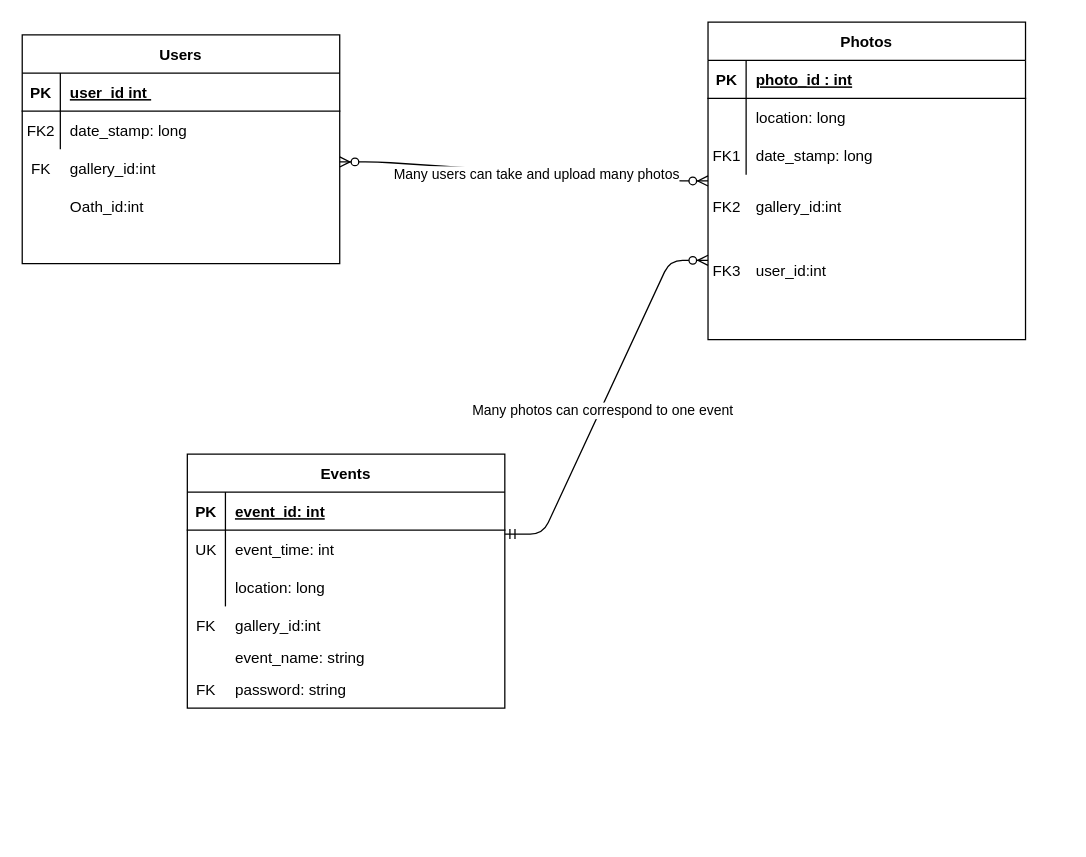
The draw.io diagram docs/work/picmeERD.drawio in picme-gallery/picme-gallery-old.github.io, before the edit. Source tidied: cells renumbered, new cells numbered last; positions are measured from the earlier drawing's top-left corner, leaving out a move shared by most shapes. Both pictures are drawn from the tidied source at 127%, with x=0, y=0 at pixel (22, 22).
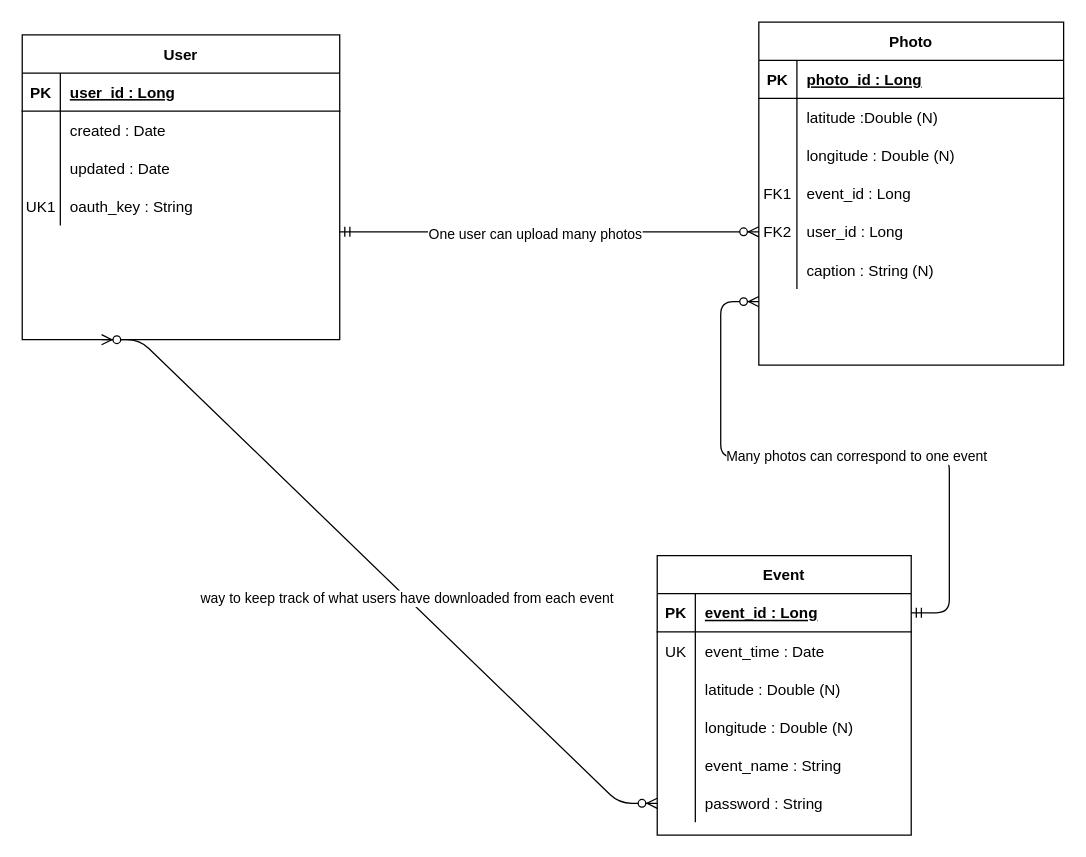
After the change.

Commit message (it also covers changes not shown here):
Updated ERD to most recent

The change refers to these unchanged cells:
```xml
<mxCell id="6" style="group;" parent="1" vertex="1">
  <mxGeometry y="10" width="250" height="180" as="geometry" />
</mxCell>
<mxCell id="8" style="shape=partialRectangle;fillColor=none;top=0;left=0;right=0;bottom=1;" parent="7" vertex="1">
  <mxGeometry y="30" width="250" height="30" as="geometry" />
</mxCell>
<mxCell id="11" style="shape=partialRectangle;fillColor=none;top=0;left=0;right=0;bottom=0;" parent="7" vertex="1">
  <mxGeometry y="60" width="250" height="30" as="geometry" />
</mxCell>
```

Diff of the diagram source:
```diff
@@
-    <mxCell id="2" style="edgeStyle=entityRelationEdgeStyle;fontSize=12;html=1;endArrow=ERzeroToMany;endFill=1;startArrow=ERzeroToMany;entryX=0;entryY=0.5;entryDx=0;entryDy=0;" parent="1" edge="1" target="22">
-      <mxGeometry relative="1" as="geometry">
-        <mxPoint x="250" y="110" as="sourcePoint" />
-      </mxGeometry>
-    </mxCell>
-    <mxCell id="3" value="Many users can take and upload many photos" style="edgeLabel;html=1;align=center;verticalAlign=middle;" parent="2" vertex="1">
-      <mxGeometry x="0.07" y="-1" relative="1" as="geometry" />
-    </mxCell>
-    <mxCell id="4" style="edgeStyle=entityRelationEdgeStyle;fontSize=12;html=1;endArrow=ERzeroToMany;startArrow=ERmandOne;exitX=1;exitY=1.1;exitDx=0;exitDy=0;exitPerimeter=0;entryX=0;entryY=0.75;entryDx=0;entryDy=0;" parent="1" edge="1" source="34" target="22">
-      <mxGeometry relative="1" as="geometry" />
+    <mxCell id="4" style="edgeStyle=entityRelationEdgeStyle;fontSize=12;html=1;endArrow=ERzeroToMany;startArrow=ERmandOne;exitX=1;exitY=0.5;exitDx=0;exitDy=0;" parent="1" edge="1" source="76">
+      <mxGeometry relative="1" as="geometry">
+        <mxPoint x="580" y="220" as="targetPoint" />
+      </mxGeometry>
     </mxCell>
@@
-    <mxCell id="7" value="Users" style="shape=table;startSize=30;childLayout=tableLayout;rowLines=0;fontStyle=1;align=center;" parent="6" vertex="1">
-      <mxGeometry width="250" height="180" as="geometry" />
+    <mxCell id="7" value="User" style="shape=table;startSize=30;childLayout=tableLayout;rowLines=0;fontStyle=1;align=center;" parent="6" vertex="1">
+      <mxGeometry width="250" height="240" as="geometry" />
     </mxCell>
@@
-    <mxCell id="10" value="user_id int " style="shape=partialRectangle;overflow=hidden;fillColor=none;top=0;left=0;bottom=0;right=0;align=left;spacingLeft=6;fontStyle=5;" parent="8" vertex="1">
+    <mxCell id="10" value="user_id : Long" style="shape=partialRectangle;overflow=hidden;fillColor=none;top=0;left=0;bottom=0;right=0;align=left;spacingLeft=6;fontStyle=5;" parent="8" vertex="1">
       <mxGeometry x="30" width="220" height="30" as="geometry" />
     </mxCell>
@@
-    <mxCell id="12" value="FK2" style="shape=partialRectangle;overflow=hidden;fillColor=none;top=0;left=0;bottom=0;right=0;" parent="11" vertex="1">
+    <mxCell id="12" style="shape=partialRectangle;overflow=hidden;fillColor=none;top=0;left=0;bottom=0;right=0;" parent="11" vertex="1">
       <mxGeometry width="30" height="30" as="geometry" />
     </mxCell>
-    <mxCell id="13" value="date_stamp: long" style="shape=partialRectangle;overflow=hidden;fillColor=none;top=0;left=0;bottom=0;right=0;align=left;spacingLeft=6;" parent="11" vertex="1">
+    <mxCell id="13" value="created : Date" style="shape=partialRectangle;overflow=hidden;fillColor=none;top=0;left=0;bottom=0;right=0;align=left;spacingLeft=6;" parent="11" vertex="1">
       <mxGeometry x="30" width="220" height="30" as="geometry" />
     </mxCell>
-    <mxCell id="14" value="gallery_id:int" style="shape=partialRectangle;overflow=hidden;fillColor=none;top=0;left=0;bottom=0;right=0;align=left;spacingLeft=6;" parent="6" vertex="1">
-      <mxGeometry x="30" y="90" width="220" height="30" as="geometry" />
-    </mxCell>
-    <mxCell id="15" value="FK" style="shape=partialRectangle;overflow=hidden;fillColor=none;top=0;left=0;bottom=0;right=0;" parent="6" vertex="1">
-      <mxGeometry y="90" width="30" height="30" as="geometry" />
-    </mxCell>
-    <mxCell id="16" value="Oath_id:int" style="shape=partialRectangle;overflow=hidden;fillColor=none;top=0;left=0;bottom=0;right=0;align=left;spacingLeft=6;" parent="6" vertex="1">
-      <mxGeometry x="30" y="120" width="220" height="30" as="geometry" />
-    </mxCell>
-    <mxCell id="17" style="group;" parent="1" vertex="1">
-      <mxGeometry x="540" width="250" height="250" as="geometry" />
-    </mxCell>
-    <mxCell id="18" value="gallery_id:int" style="shape=partialRectangle;overflow=hidden;fillColor=none;top=0;left=0;bottom=0;right=0;align=left;spacingLeft=6;" parent="17" vertex="1">
-      <mxGeometry x="30" y="130" width="220" height="30" as="geometry" />
-    </mxCell>
+    <mxCell id="48" style="shape=partialRectangle;fillColor=none;top=0;left=0;right=0;bottom=0;" parent="7" vertex="1">
+      <mxGeometry y="90" width="250" height="30" as="geometry" />
+    </mxCell>
+    <mxCell id="49" style="shape=partialRectangle;overflow=hidden;fillColor=none;top=0;left=0;bottom=0;right=0;" parent="48" vertex="1">
+      <mxGeometry width="30" height="30" as="geometry" />
+    </mxCell>
+    <mxCell id="50" value="updated : Date" style="shape=partialRectangle;overflow=hidden;fillColor=none;top=0;left=0;bottom=0;right=0;align=left;spacingLeft=6;" parent="48" vertex="1">
+      <mxGeometry x="30" width="220" height="30" as="geometry" />
+    </mxCell>
+    <mxCell id="51" style="shape=partialRectangle;fillColor=none;top=0;left=0;right=0;bottom=0;" parent="7" vertex="1">
+      <mxGeometry y="120" width="250" height="30" as="geometry" />
+    </mxCell>
+    <mxCell id="52" value="UK1" style="shape=partialRectangle;overflow=hidden;fillColor=none;top=0;left=0;bottom=0;right=0;" parent="51" vertex="1">
+      <mxGeometry width="30" height="30" as="geometry" />
+    </mxCell>
+    <mxCell id="53" value="oauth_key : String" style="shape=partialRectangle;overflow=hidden;fillColor=none;top=0;left=0;bottom=0;right=0;align=left;spacingLeft=6;" parent="51" vertex="1">
+      <mxGeometry x="30" width="220" height="30" as="geometry" />
+    </mxCell>
+    <mxCell id="54" style="edgeStyle=entityRelationEdgeStyle;fontSize=12;html=1;endArrow=ERzeroToMany;startArrow=ERmandOne;" parent="1" edge="1">
+      <mxGeometry relative="1" as="geometry">
+        <mxPoint x="250" y="165" as="sourcePoint" />
+        <mxPoint x="580" y="165" as="targetPoint" />
+      </mxGeometry>
+    </mxCell>
+    <mxCell id="55" value="One user can upload many photos" style="edgeLabel;html=1;align=center;verticalAlign=middle;" parent="54" vertex="1">
+      <mxGeometry x="-0.07" y="-1" relative="1" as="geometry" />
+    </mxCell>
+    <mxCell id="56" value="Photo" style="shape=table;startSize=30;childLayout=tableLayout;rowLines=0;fontStyle=1;align=center;" parent="1" vertex="1">
+      <mxGeometry x="580" width="240" height="270" as="geometry" />
+    </mxCell>
+    <mxCell id="57" style="shape=partialRectangle;fillColor=none;top=0;left=0;bottom=1;right=0;" parent="56" vertex="1">
+      <mxGeometry y="30" width="240" height="30" as="geometry" />
+    </mxCell>
+    <mxCell id="58" value="PK" style="shape=partialRectangle;fillColor=none;top=0;left=0;bottom=0;right=0;fontStyle=1;overflow=hidden;" parent="57" vertex="1">
+      <mxGeometry width="30" height="30" as="geometry" />
+    </mxCell>
+    <mxCell id="59" value="photo_id : Long" style="shape=partialRectangle;fillColor=none;top=0;left=0;bottom=0;right=0;align=left;spacingLeft=6;fontStyle=5;overflow=hidden;" parent="57" vertex="1">
+      <mxGeometry x="30" width="210" height="30" as="geometry" />
+    </mxCell>
+    <mxCell id="60" style="shape=partialRectangle;fillColor=none;top=0;left=0;bottom=0;right=0;" parent="56" vertex="1">
+      <mxGeometry y="60" width="240" height="30" as="geometry" />
+    </mxCell>
+    <mxCell id="61" style="shape=partialRectangle;fillColor=none;top=0;left=0;bottom=0;right=0;overflow=hidden;" parent="60" vertex="1">
+      <mxGeometry width="30" height="30" as="geometry" />
+    </mxCell>
+    <mxCell id="62" value="latitude :Double (N)" style="shape=partialRectangle;fillColor=none;top=0;left=0;bottom=0;right=0;align=left;spacingLeft=6;overflow=hidden;" parent="60" vertex="1">
+      <mxGeometry x="30" width="210" height="30" as="geometry" />
+    </mxCell>
+    <mxCell id="63" style="shape=partialRectangle;fillColor=none;top=0;left=0;bottom=0;right=0;" parent="56" vertex="1">
+      <mxGeometry y="90" width="240" height="30" as="geometry" />
+    </mxCell>
+    <mxCell id="64" style="shape=partialRectangle;fillColor=none;top=0;left=0;bottom=0;right=0;overflow=hidden;" parent="63" vertex="1">
+      <mxGeometry width="30" height="30" as="geometry" />
+    </mxCell>
+    <mxCell id="65" value="longitude : Double (N)" style="shape=partialRectangle;fillColor=none;top=0;left=0;bottom=0;right=0;align=left;spacingLeft=6;overflow=hidden;" parent="63" vertex="1">
+      <mxGeometry x="30" width="210" height="30" as="geometry" />
+    </mxCell>
+    <mxCell id="66" style="shape=partialRectangle;fillColor=none;top=0;left=0;bottom=0;right=0;" parent="56" vertex="1">
+      <mxGeometry y="120" width="240" height="30" as="geometry" />
+    </mxCell>
+    <mxCell id="30" value="FK1" style="shape=partialRectangle;fillColor=none;top=0;left=0;bottom=0;right=0;overflow=hidden;" parent="66" vertex="1">
+      <mxGeometry width="30" height="30" as="geometry" />
+    </mxCell>
+    <mxCell id="67" value="event_id : Long" style="shape=partialRectangle;fillColor=none;top=0;left=0;bottom=0;right=0;align=left;spacingLeft=6;overflow=hidden;" parent="66" vertex="1">
+      <mxGeometry x="30" width="210" height="30" as="geometry" />
+    </mxCell>
+    <mxCell id="68" style="shape=partialRectangle;fillColor=none;top=0;left=0;bottom=0;right=0;" parent="56" vertex="1">
+      <mxGeometry y="150" width="240" height="30" as="geometry" />
+    </mxCell>
-    <mxCell id="19" value="FK2" style="shape=partialRectangle;overflow=hidden;fillColor=none;top=0;left=0;bottom=0;right=0;" parent="17" vertex="1">
-      <mxGeometry y="130" width="30" height="30" as="geometry" />
+    <mxCell id="19" value="FK2" style="shape=partialRectangle;fillColor=none;top=0;left=0;bottom=0;right=0;overflow=hidden;" parent="68" vertex="1">
+      <mxGeometry width="30" height="30" as="geometry" />
     </mxCell>
-    <mxCell id="20" value="FK3" style="shape=partialRectangle;overflow=hidden;fillColor=none;top=0;left=0;bottom=0;right=0;" parent="17" vertex="1">
-      <mxGeometry y="180" width="30" height="30" as="geometry" />
-    </mxCell>
-    <mxCell id="21" value="user_id:int" style="shape=partialRectangle;overflow=hidden;fillColor=none;top=0;left=0;bottom=0;right=0;align=left;spacingLeft=6;" parent="17" vertex="1">
-      <mxGeometry x="30" y="180" width="220" height="30" as="geometry" />
-    </mxCell>
-    <mxCell id="22" value="Photos" style="shape=table;startSize=30;childLayout=tableLayout;rowLines=0;fontStyle=1;align=center;" parent="17" vertex="1">
-      <mxGeometry width="250" height="250" as="geometry" />
-    </mxCell>
-    <mxCell id="23" style="shape=partialRectangle;fillColor=none;top=0;left=0;right=0;bottom=1;" parent="22" vertex="1">
-      <mxGeometry y="30" width="250" height="30" as="geometry" />
-    </mxCell>
-    <mxCell id="24" value="PK" style="shape=partialRectangle;overflow=hidden;fillColor=none;top=0;left=0;bottom=0;right=0;fontStyle=1;" parent="23" vertex="1">
-      <mxGeometry width="30" height="30" as="geometry" />
-    </mxCell>
-    <mxCell id="25" value="photo_id : int" style="shape=partialRectangle;overflow=hidden;fillColor=none;top=0;left=0;bottom=0;right=0;align=left;spacingLeft=6;fontStyle=5;" parent="23" vertex="1">
-      <mxGeometry x="30" width="220" height="30" as="geometry" />
-    </mxCell>
-    <mxCell id="26" style="shape=partialRectangle;fillColor=none;top=0;left=0;right=0;bottom=0;" parent="22" vertex="1">
-      <mxGeometry y="60" width="250" height="30" as="geometry" />
-    </mxCell>
-    <mxCell id="27" style="shape=partialRectangle;overflow=hidden;fillColor=none;top=0;left=0;bottom=0;right=0;" parent="26" vertex="1">
-      <mxGeometry width="30" height="30" as="geometry" />
-    </mxCell>
-    <mxCell id="28" value="location: long" style="shape=partialRectangle;overflow=hidden;fillColor=none;top=0;left=0;bottom=0;right=0;align=left;spacingLeft=6;" parent="26" vertex="1">
-      <mxGeometry x="30" width="220" height="30" as="geometry" />
-    </mxCell>
-    <mxCell id="29" style="shape=partialRectangle;fillColor=none;top=0;left=0;right=0;bottom=0;" parent="22" vertex="1">
-      <mxGeometry y="90" width="250" height="30" as="geometry" />
-    </mxCell>
-    <mxCell id="30" value="FK1" style="shape=partialRectangle;overflow=hidden;fillColor=none;top=0;left=0;bottom=0;right=0;" parent="29" vertex="1">
-      <mxGeometry width="30" height="30" as="geometry" />
-    </mxCell>
-    <mxCell id="31" value="date_stamp: long" style="shape=partialRectangle;overflow=hidden;fillColor=none;top=0;left=0;bottom=0;right=0;align=left;spacingLeft=6;" parent="29" vertex="1">
-      <mxGeometry x="30" width="220" height="30" as="geometry" />
-    </mxCell>
-    <mxCell id="32" style="group;" parent="1" vertex="1">
-      <mxGeometry x="130" y="340" width="250" height="200" as="geometry" />
-    </mxCell>
-    <mxCell id="33" value="Events" style="shape=table;startSize=30;childLayout=tableLayout;rowLines=0;fontStyle=1;align=center;" parent="32" vertex="1">
-      <mxGeometry width="250" height="200" as="geometry" />
-    </mxCell>
-    <mxCell id="34" style="shape=partialRectangle;fillColor=none;points=[[0,0.5],[1,0.5]];portConstraint=eastwest;top=0;left=0;right=0;bottom=1;" parent="33" vertex="1">
-      <mxGeometry y="30" width="250" height="30" as="geometry" />
-    </mxCell>
-    <mxCell id="35" value="PK" style="shape=partialRectangle;overflow=hidden;fillColor=none;top=0;left=0;bottom=0;right=0;fontStyle=1;" parent="34" vertex="1">
-      <mxGeometry width="30" height="30" as="geometry" />
-    </mxCell>
-    <mxCell id="36" value="event_id: int" style="shape=partialRectangle;overflow=hidden;fillColor=none;top=0;left=0;bottom=0;right=0;align=left;spacingLeft=6;fontStyle=5;" parent="34" vertex="1">
-      <mxGeometry x="30" width="220" height="30" as="geometry" />
-    </mxCell>
-    <mxCell id="37" style="shape=partialRectangle;fillColor=none;top=0;left=0;right=0;bottom=0;" parent="33" vertex="1">
-      <mxGeometry y="60" width="250" height="30" as="geometry" />
-    </mxCell>
+    <mxCell id="69" value="user_id : Long" style="shape=partialRectangle;fillColor=none;top=0;left=0;bottom=0;right=0;align=left;spacingLeft=6;overflow=hidden;" parent="68" vertex="1">
+      <mxGeometry x="30" width="210" height="30" as="geometry" />
+    </mxCell>
+    <mxCell id="70" style="shape=partialRectangle;fillColor=none;top=0;left=0;bottom=0;right=0;" parent="56" vertex="1">
+      <mxGeometry y="180" width="240" height="30" as="geometry" />
+    </mxCell>
+    <mxCell id="71" style="shape=partialRectangle;fillColor=none;top=0;left=0;bottom=0;right=0;overflow=hidden;" parent="70" vertex="1">
+      <mxGeometry width="30" height="30" as="geometry" />
+    </mxCell>
+    <mxCell id="72" value="caption : String (N)" style="shape=partialRectangle;fillColor=none;top=0;left=0;bottom=0;right=0;align=left;spacingLeft=6;overflow=hidden;" parent="70" vertex="1">
+      <mxGeometry x="30" width="210" height="30" as="geometry" />
+    </mxCell>
+    <mxCell id="73" style="edgeStyle=entityRelationEdgeStyle;fontSize=12;html=1;endArrow=ERzeroToMany;endFill=1;startArrow=ERzeroToMany;entryX=0.25;entryY=1;entryDx=0;entryDy=0;exitX=0;exitY=0.5;exitDx=0;exitDy=0;" parent="1" edge="1" source="90" target="7">
+      <mxGeometry relative="1" as="geometry" />
+    </mxCell>
+    <mxCell id="74" value="way to keep track of what users have downloaded from each event" style="edgeLabel;html=1;align=center;verticalAlign=middle;" parent="73" vertex="1">
+      <mxGeometry x="-0.1" relative="1" as="geometry" />
+    </mxCell>
+    <mxCell id="75" value="Event" style="shape=table;startSize=30;childLayout=tableLayout;rowLines=0;fontStyle=1;align=center;" parent="1" vertex="1">
+      <mxGeometry x="500" y="420" width="200" height="220" as="geometry" />
+    </mxCell>
+    <mxCell id="76" style="shape=partialRectangle;fillColor=none;top=0;left=0;bottom=1;right=0;points=[[0,0.5],[1,0.5]];portConstraint=eastwest;" parent="75" vertex="1">
+      <mxGeometry y="30" width="200" height="30" as="geometry" />
+    </mxCell>
+    <mxCell id="77" value="PK" style="shape=partialRectangle;fillColor=none;top=0;left=0;bottom=0;right=0;fontStyle=1;overflow=hidden;" parent="76" vertex="1">
+      <mxGeometry width="30" height="30" as="geometry" />
+    </mxCell>
+    <mxCell id="78" value="event_id : Long" style="shape=partialRectangle;fillColor=none;top=0;left=0;bottom=0;right=0;align=left;spacingLeft=6;fontStyle=5;overflow=hidden;" parent="76" vertex="1">
+      <mxGeometry x="30" width="170" height="30" as="geometry" />
+    </mxCell>
+    <mxCell id="79" style="shape=partialRectangle;fillColor=none;top=0;left=0;bottom=0;right=0;" parent="75" vertex="1">
+      <mxGeometry y="60" width="200" height="30" as="geometry" />
+    </mxCell>
-    <mxCell id="38" value="UK" style="shape=partialRectangle;overflow=hidden;fillColor=none;top=0;left=0;bottom=0;right=0;" parent="37" vertex="1">
+    <mxCell id="38" value="UK" style="shape=partialRectangle;fillColor=none;top=0;left=0;bottom=0;right=0;overflow=hidden;" parent="79" vertex="1">
       <mxGeometry width="30" height="30" as="geometry" />
     </mxCell>
-    <mxCell id="39" value="event_time: int" style="shape=partialRectangle;overflow=hidden;fillColor=none;top=0;left=0;bottom=0;right=0;align=left;spacingLeft=6;" parent="37" vertex="1">
-      <mxGeometry x="30" width="220" height="30" as="geometry" />
-    </mxCell>
-    <mxCell id="40" style="shape=partialRectangle;fillColor=none;top=0;left=0;right=0;bottom=0;" parent="33" vertex="1">
-      <mxGeometry y="90" width="250" height="30" as="geometry" />
-    </mxCell>
-    <mxCell id="41" style="shape=partialRectangle;overflow=hidden;fillColor=none;top=0;left=0;bottom=0;right=0;" parent="40" vertex="1">
-      <mxGeometry width="30" height="30" as="geometry" />
-    </mxCell>
-    <mxCell id="42" value="location: long" style="shape=partialRectangle;overflow=hidden;fillColor=none;top=0;left=0;bottom=0;right=0;align=left;spacingLeft=6;" parent="40" vertex="1">
-      <mxGeometry x="30" width="220" height="30" as="geometry" />
-    </mxCell>
-    <mxCell id="43" value="gallery_id:int" style="shape=partialRectangle;overflow=hidden;fillColor=none;top=0;left=0;bottom=0;right=0;align=left;spacingLeft=6;" parent="32" vertex="1">
-      <mxGeometry x="30" y="120" width="220" height="30" as="geometry" />
-    </mxCell>
-    <mxCell id="44" value="FK" style="shape=partialRectangle;overflow=hidden;fillColor=none;top=0;left=0;bottom=0;right=0;" parent="32" vertex="1">
-      <mxGeometry y="120" width="30" height="30" as="geometry" />
-    </mxCell>
-    <mxCell id="45" value="event_name: string" style="shape=partialRectangle;overflow=hidden;fillColor=none;top=0;left=0;bottom=0;right=0;align=left;spacingLeft=6;" parent="32" vertex="1">
-      <mxGeometry x="30" y="145" width="220" height="30" as="geometry" />
-    </mxCell>
-    <mxCell id="46" value="FK" style="shape=partialRectangle;overflow=hidden;fillColor=none;top=0;left=0;bottom=0;right=0;" parent="32" vertex="1">
-      <mxGeometry y="170" width="30" height="30" as="geometry" />
-    </mxCell>
-    <mxCell id="47" value="password: string" style="shape=partialRectangle;overflow=hidden;fillColor=none;top=0;left=0;bottom=0;right=0;align=left;spacingLeft=6;" parent="32" vertex="1">
-      <mxGeometry x="30" y="170" width="220" height="30" as="geometry" />
-    </mxCell>
+    <mxCell id="80" value="event_time : Date" style="shape=partialRectangle;fillColor=none;top=0;left=0;bottom=0;right=0;align=left;spacingLeft=6;overflow=hidden;" parent="79" vertex="1">
+      <mxGeometry x="30" width="170" height="30" as="geometry" />
+    </mxCell>
+    <mxCell id="81" style="shape=partialRectangle;fillColor=none;top=0;left=0;bottom=0;right=0;" parent="75" vertex="1">
+      <mxGeometry y="90" width="200" height="30" as="geometry" />
+    </mxCell>
+    <mxCell id="82" style="shape=partialRectangle;fillColor=none;top=0;left=0;bottom=0;right=0;overflow=hidden;" parent="81" vertex="1">
+      <mxGeometry width="30" height="30" as="geometry" />
+    </mxCell>
+    <mxCell id="83" value="latitude : Double (N)" style="shape=partialRectangle;fillColor=none;top=0;left=0;bottom=0;right=0;align=left;spacingLeft=6;overflow=hidden;" parent="81" vertex="1">
+      <mxGeometry x="30" width="170" height="30" as="geometry" />
+    </mxCell>
+    <mxCell id="84" style="shape=partialRectangle;fillColor=none;top=0;left=0;bottom=0;right=0;" parent="75" vertex="1">
+      <mxGeometry y="120" width="200" height="30" as="geometry" />
+    </mxCell>
+    <mxCell id="85" style="shape=partialRectangle;fillColor=none;top=0;left=0;bottom=0;right=0;overflow=hidden;" parent="84" vertex="1">
+      <mxGeometry width="30" height="30" as="geometry" />
+    </mxCell>
+    <mxCell id="86" value="longitude : Double (N)" style="shape=partialRectangle;fillColor=none;top=0;left=0;bottom=0;right=0;align=left;spacingLeft=6;overflow=hidden;" parent="84" vertex="1">
+      <mxGeometry x="30" width="170" height="30" as="geometry" />
+    </mxCell>
+    <mxCell id="87" style="shape=partialRectangle;fillColor=none;top=0;left=0;bottom=0;right=0;" parent="75" vertex="1">
+      <mxGeometry y="150" width="200" height="30" as="geometry" />
+    </mxCell>
+    <mxCell id="88" style="shape=partialRectangle;fillColor=none;top=0;left=0;bottom=0;right=0;overflow=hidden;" parent="87" vertex="1">
+      <mxGeometry width="30" height="30" as="geometry" />
+    </mxCell>
+    <mxCell id="89" value="event_name : String" style="shape=partialRectangle;fillColor=none;top=0;left=0;bottom=0;right=0;align=left;spacingLeft=6;overflow=hidden;" parent="87" vertex="1">
+      <mxGeometry x="30" width="170" height="30" as="geometry" />
+    </mxCell>
+    <mxCell id="90" style="shape=partialRectangle;fillColor=none;top=0;left=0;bottom=0;right=0;points=[[0,0.5],[1,0.5]];portConstraint=eastwest;" parent="75" vertex="1">
+      <mxGeometry y="180" width="200" height="30" as="geometry" />
+    </mxCell>
+    <mxCell id="91" style="shape=partialRectangle;fillColor=none;top=0;left=0;bottom=0;right=0;overflow=hidden;" parent="90" vertex="1">
+      <mxGeometry width="30" height="30" as="geometry" />
+    </mxCell>
+    <mxCell id="92" value="password : String" style="shape=partialRectangle;fillColor=none;top=0;left=0;bottom=0;right=0;align=left;spacingLeft=6;overflow=hidden;" parent="90" vertex="1">
+      <mxGeometry x="30" width="170" height="30" as="geometry" />
+    </mxCell>
```
